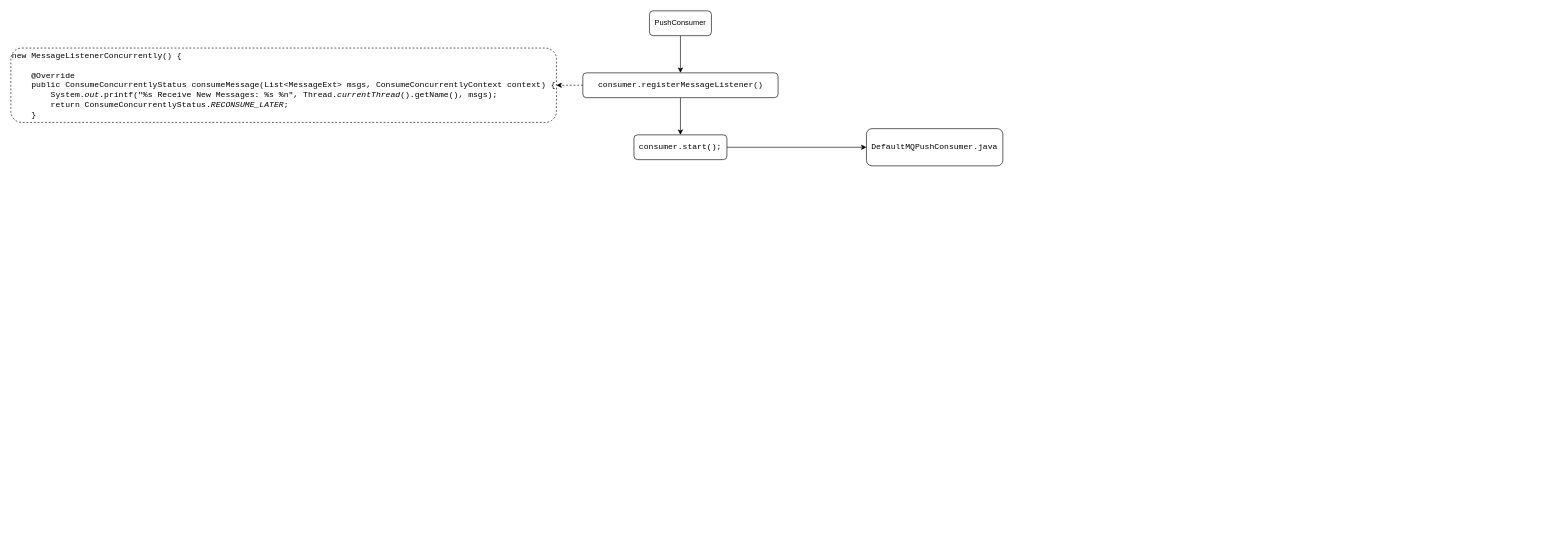
The draw.io diagram src/rocketmq-client 4.9.3.drawio in ice-YuLi/drawio_rep, before the edit. Source tidied: cells renumbered, new cells numbered last; positions are measured from the earlier drawing's top-left corner, leaving out a move shared by most shapes. Both pictures are drawn from the tidied source at 62%, with x=0, y=0 at pixel (11, 11).
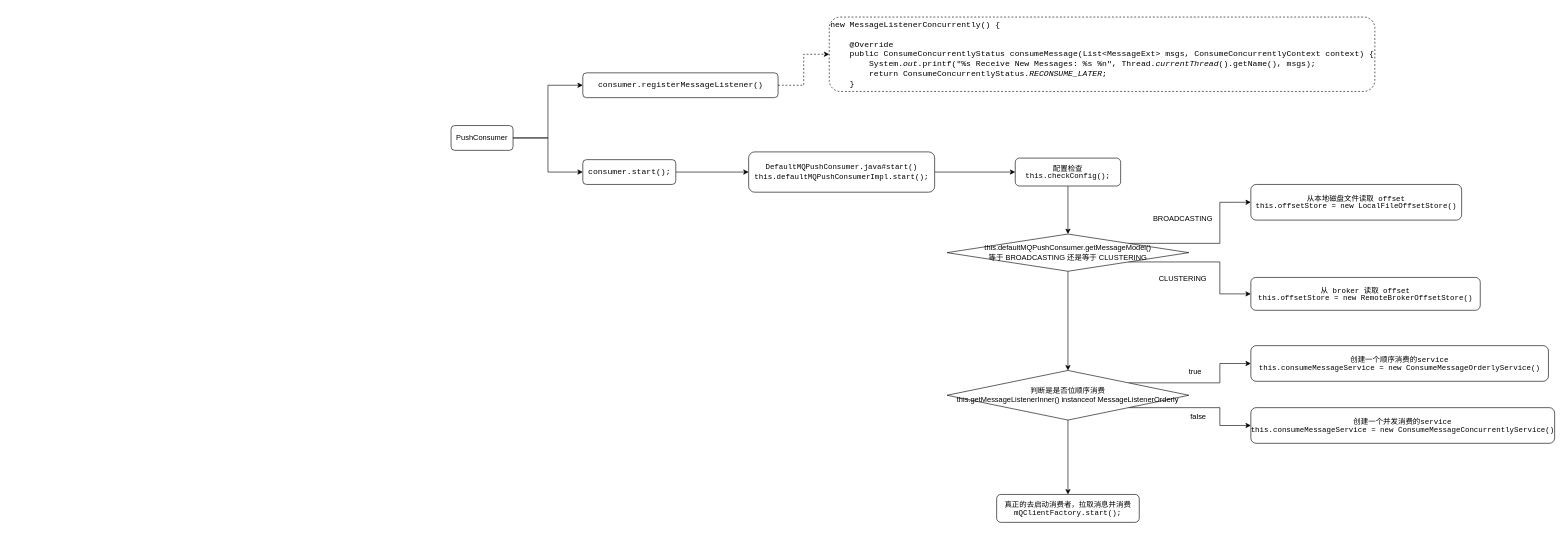
The same page after the edit.

The change refers to these unchanged cells:
```xml
<mxCell id="8" value="&lt;div style=&quot;font-family: &amp;quot;JetBrains Mono&amp;quot;, monospace; font-size: 9.8pt;&quot;&gt;&lt;pre&gt;consumer.registerMessageListener()&lt;/pre&gt;&lt;/div&gt;" style="rounded=1;whiteSpace=wrap;html=1;labelBackgroundColor=none;fontColor=#000000;" parent="1" vertex="1">
  <mxGeometry x="922.5" y="100" width="315" height="40" as="geometry" />
</mxCell>
```

Change to the diagram source:
```diff
@@
-    <mxCell id="2" style="edgeStyle=orthogonalEdgeStyle;rounded=0;jettySize=auto;html=1;exitX=0.5;exitY=1;exitDx=0;exitDy=0;entryX=0.5;entryY=0;entryDx=0;entryDy=0;" parent="1" edge="1" source="3" target="8">
+    <mxCell id="2" style="edgeStyle=orthogonalEdgeStyle;rounded=0;jettySize=auto;html=1;exitX=1;exitY=0.5;exitDx=0;exitDy=0;entryX=0;entryY=0.5;entryDx=0;entryDy=0;" parent="1" edge="1" source="3" target="8">
       <mxGeometry relative="1" as="geometry" />
     </mxCell>
+    <mxCell id="11" style="edgeStyle=orthogonalEdgeStyle;rounded=0;jettySize=auto;html=1;exitX=1;exitY=0.5;exitDx=0;exitDy=0;entryX=0;entryY=0.5;entryDx=0;entryDy=0;" parent="1" edge="1" source="3" target="5">
+      <mxGeometry relative="1" as="geometry" />
+    </mxCell>
     <mxCell id="3" value="PushConsumer" style="rounded=1;whiteSpace=wrap;html=1;labelBackgroundColor=none;fontColor=#000000;" parent="1" vertex="1">
-      <mxGeometry x="1030" width="100" height="40" as="geometry" />
+      <mxGeometry x="710" y="185" width="100" height="40" as="geometry" />
     </mxCell>
@@
     <mxCell id="5" value="&lt;div style=&quot;font-family: &amp;quot;JetBrains Mono&amp;quot;, monospace; font-size: 9.8pt;&quot;&gt;&lt;pre&gt;consumer.start();&lt;/pre&gt;&lt;/div&gt;" style="rounded=1;whiteSpace=wrap;html=1;labelBackgroundColor=none;fontColor=#000000;" parent="1" vertex="1">
-      <mxGeometry x="1005" y="200" width="150" height="40" as="geometry" />
+      <mxGeometry x="922.5" y="240" width="150" height="40" as="geometry" />
     </mxCell>
-    <mxCell id="6" style="edgeStyle=orthogonalEdgeStyle;rounded=0;jettySize=auto;html=1;exitX=0;exitY=0.5;exitDx=0;exitDy=0;entryX=1;entryY=0.5;entryDx=0;entryDy=0;labelBackgroundColor=none;fontColor=#000000;dashed=1;" parent="1" edge="1" source="8" target="9">
+    <mxCell id="6" style="edgeStyle=orthogonalEdgeStyle;rounded=0;jettySize=auto;html=1;exitX=1;exitY=0.5;exitDx=0;exitDy=0;labelBackgroundColor=none;fontColor=#000000;dashed=1;" parent="1" edge="1" source="8" target="9">
       <mxGeometry relative="1" as="geometry" />
     </mxCell>
-    <mxCell id="7" style="edgeStyle=orthogonalEdgeStyle;rounded=0;jettySize=auto;html=1;exitX=0.5;exitY=1;exitDx=0;exitDy=0;" parent="1" edge="1" source="8" target="5">
-      <mxGeometry relative="1" as="geometry" />
-    </mxCell>
@@
     <mxCell id="9" value="&lt;div style=&quot;font-family: &amp;quot;JetBrains Mono&amp;quot;, monospace; font-size: 9.8pt;&quot;&gt;&lt;pre&gt;new MessageListenerConcurrently() {&lt;br&gt;&lt;br&gt;    &lt;span style=&quot;&quot;&gt;@Override&lt;br&gt;&lt;/span&gt;&lt;span style=&quot;&quot;&gt;    &lt;/span&gt;&lt;span style=&quot;&quot;&gt;public &lt;/span&gt;ConsumeConcurrentlyStatus &lt;span style=&quot;&quot;&gt;consumeMessage&lt;/span&gt;(List&amp;lt;MessageExt&amp;gt; msgs&lt;span style=&quot;&quot;&gt;, &lt;/span&gt;ConsumeConcurrentlyContext context) {&lt;br&gt;        System.&lt;span style=&quot;font-style: italic;&quot;&gt;out&lt;/span&gt;.printf(&lt;span style=&quot;&quot;&gt;&quot;%s Receive New Messages: %s %n&quot;&lt;/span&gt;&lt;span style=&quot;&quot;&gt;, &lt;/span&gt;Thread.&lt;span style=&quot;font-style:italic;&quot;&gt;currentThread&lt;/span&gt;().getName()&lt;span style=&quot;&quot;&gt;, &lt;/span&gt;msgs)&lt;span style=&quot;&quot;&gt;;&lt;br&gt;&lt;/span&gt;&lt;span style=&quot;&quot;&gt;        return &lt;/span&gt;ConsumeConcurrentlyStatus.&lt;span style=&quot;font-style: italic;&quot;&gt;RECONSUME_LATER&lt;/span&gt;&lt;span style=&quot;&quot;&gt;;&lt;br&gt;&lt;/span&gt;&lt;span style=&quot;&quot;&gt;    &lt;/span&gt;}&lt;/pre&gt;&lt;/div&gt;" style="rounded=1;whiteSpace=wrap;html=1;align=left;labelBackgroundColor=none;fontColor=#000000;dashed=1;" parent="1" vertex="1">
-      <mxGeometry y="60" width="880" height="120" as="geometry" />
+      <mxGeometry x="1320" y="10" width="880" height="120" as="geometry" />
     </mxCell>
+    <mxCell id="12" style="edgeStyle=orthogonalEdgeStyle;rounded=0;jettySize=auto;html=1;exitX=1;exitY=0.5;exitDx=0;exitDy=0;" parent="1" edge="1" source="10" target="14">
+      <mxGeometry relative="1" as="geometry" />
+    </mxCell>
-    <mxCell id="10" value="&lt;div style=&quot;font-family: &amp;quot;JetBrains Mono&amp;quot;, monospace; font-size: 9.8pt;&quot;&gt;&lt;pre&gt;DefaultMQPushConsumer.java&lt;/pre&gt;&lt;/div&gt;" style="rounded=1;whiteSpace=wrap;html=1;labelBackgroundColor=none;fontColor=#000000;" parent="1" vertex="1">
-      <mxGeometry x="1380" y="190" width="220" height="60" as="geometry" />
+    <mxCell id="10" value="&lt;div style=&quot;&quot;&gt;&lt;pre style=&quot;&quot;&gt;&lt;font face=&quot;JetBrains Mono, monospace&quot;&gt;DefaultMQPushConsumer.java#start()&lt;br/&gt;this.defaultMQPushConsumerImpl.start();&lt;span style=&quot;font-size: 9.8pt;&quot;&gt;&lt;br&gt;&lt;/span&gt;&lt;/font&gt;&lt;/pre&gt;&lt;/div&gt;" style="rounded=1;whiteSpace=wrap;html=1;labelBackgroundColor=none;fontColor=#000000;" parent="1" vertex="1">
+      <mxGeometry x="1190" y="227.5" width="300" height="65" as="geometry" />
     </mxCell>
+    <mxCell id="13" style="edgeStyle=orthogonalEdgeStyle;rounded=0;jettySize=auto;html=1;exitX=0.5;exitY=1;exitDx=0;exitDy=0;" parent="1" edge="1" source="14" target="18">
+      <mxGeometry relative="1" as="geometry" />
+    </mxCell>
+    <mxCell id="14" value="&lt;div style=&quot;line-height: 100%;&quot;&gt;&lt;pre style=&quot;line-height: 100%;&quot;&gt;&lt;font face=&quot;JetBrains Mono, monospace&quot;&gt;配置检查&lt;br/&gt;this.checkConfig();&lt;/font&gt;&lt;br&gt;&lt;/pre&gt;&lt;/div&gt;" style="rounded=1;whiteSpace=wrap;html=1;labelBackgroundColor=none;fontColor=#000000;" parent="1" vertex="1">
+      <mxGeometry x="1620" y="237.5" width="170" height="45" as="geometry" />
+    </mxCell>
+    <mxCell id="15" style="edgeStyle=orthogonalEdgeStyle;rounded=0;jettySize=auto;html=1;exitX=1;exitY=0;exitDx=0;exitDy=0;entryX=0;entryY=0.5;entryDx=0;entryDy=0;" parent="1" edge="1" source="18" target="19">
+      <mxGeometry relative="1" as="geometry" />
+    </mxCell>
+    <mxCell id="16" style="edgeStyle=orthogonalEdgeStyle;rounded=0;jettySize=auto;html=1;exitX=1;exitY=1;exitDx=0;exitDy=0;entryX=0;entryY=0.5;entryDx=0;entryDy=0;" parent="1" edge="1" source="18" target="21">
+      <mxGeometry relative="1" as="geometry" />
+    </mxCell>
+    <mxCell id="17" style="edgeStyle=orthogonalEdgeStyle;rounded=0;jettySize=auto;html=1;exitX=0.5;exitY=1;exitDx=0;exitDy=0;entryX=0.5;entryY=0;entryDx=0;entryDy=0;" parent="1" edge="1" source="18" target="26">
+      <mxGeometry relative="1" as="geometry" />
+    </mxCell>
+    <mxCell id="18" value="&lt;div&gt;this.defaultMQPushConsumer.getMessageModel()&lt;/div&gt;&lt;div&gt;等于 BROADCASTING 还是等于 CLUSTERING&lt;/div&gt;" style="rhombus;whiteSpace=wrap;html=1;" parent="1" vertex="1">
+      <mxGeometry x="1510" y="360" width="390" height="60" as="geometry" />
+    </mxCell>
+    <mxCell id="19" value="&lt;div style=&quot;line-height: 100%;&quot;&gt;&lt;pre style=&quot;line-height: 100%;&quot;&gt;&lt;pre style=&quot;line-height: 100%;&quot;&gt;从本地磁盘文件读取 offset&lt;br&gt;this.offsetStore = new LocalFileOffsetStore()&lt;br&gt;&lt;/pre&gt;&lt;/pre&gt;&lt;/div&gt;" style="rounded=1;whiteSpace=wrap;html=1;labelBackgroundColor=none;fontColor=#000000;" parent="1" vertex="1">
+      <mxGeometry x="2000" y="280" width="340" height="57.5" as="geometry" />
+    </mxCell>
+    <mxCell id="20" value="BROADCASTING" style="text;html=1;align=center;verticalAlign=middle;strokeColor=none;fillColor=none;" parent="1" vertex="1">
+      <mxGeometry x="1830" y="320" width="120" height="30" as="geometry" />
+    </mxCell>
+    <mxCell id="21" value="&lt;div style=&quot;line-height: 100%;&quot;&gt;&lt;pre style=&quot;line-height: 100%;&quot;&gt;从 broker 读取 offset&lt;br&gt;this.offsetStore = new RemoteBrokerOffsetStore()&lt;br&gt;&lt;/pre&gt;&lt;/div&gt;" style="rounded=1;whiteSpace=wrap;html=1;labelBackgroundColor=none;fontColor=#000000;" parent="1" vertex="1">
+      <mxGeometry x="2000" y="430" width="370" height="53" as="geometry" />
+    </mxCell>
+    <mxCell id="22" value="CLUSTERING" style="text;html=1;align=center;verticalAlign=middle;strokeColor=none;fillColor=none;" parent="1" vertex="1">
+      <mxGeometry x="1840" y="418" width="100" height="30" as="geometry" />
+    </mxCell>
+    <mxCell id="23" style="edgeStyle=orthogonalEdgeStyle;rounded=0;jettySize=auto;html=1;exitX=1;exitY=0;exitDx=0;exitDy=0;" parent="1" edge="1" source="26" target="27">
+      <mxGeometry relative="1" as="geometry" />
+    </mxCell>
+    <mxCell id="24" style="edgeStyle=orthogonalEdgeStyle;rounded=0;jettySize=auto;html=1;exitX=1;exitY=1;exitDx=0;exitDy=0;entryX=0;entryY=0.5;entryDx=0;entryDy=0;" parent="1" edge="1" source="26" target="28">
+      <mxGeometry relative="1" as="geometry" />
+    </mxCell>
+    <mxCell id="25" style="edgeStyle=orthogonalEdgeStyle;rounded=0;jettySize=auto;html=1;exitX=0.5;exitY=1;exitDx=0;exitDy=0;" parent="1" edge="1" source="26" target="31">
+      <mxGeometry relative="1" as="geometry" />
+    </mxCell>
+    <mxCell id="26" value="判断是是否位顺序消费&lt;br&gt;this.getMessageListenerInner() instanceof MessageListenerOrderly" style="rhombus;whiteSpace=wrap;html=1;" parent="1" vertex="1">
+      <mxGeometry x="1510" y="580" width="390" height="80" as="geometry" />
+    </mxCell>
+    <mxCell id="27" value="&lt;div style=&quot;line-height: 100%;&quot;&gt;&lt;pre style=&quot;line-height: 100%;&quot;&gt;&lt;pre style=&quot;line-height: 100%;&quot;&gt;创建一个顺序消费的service&lt;br/&gt;this.consumeMessageService = new ConsumeMessageOrderlyService()&lt;br&gt;&lt;/pre&gt;&lt;/pre&gt;&lt;/div&gt;" style="rounded=1;whiteSpace=wrap;html=1;labelBackgroundColor=none;fontColor=#000000;" parent="1" vertex="1">
+      <mxGeometry x="2000" y="540" width="480" height="57.5" as="geometry" />
+    </mxCell>
+    <mxCell id="28" value="&lt;div style=&quot;line-height: 100%;&quot;&gt;&lt;pre style=&quot;line-height: 100%;&quot;&gt;&lt;pre style=&quot;line-height: 100%;&quot;&gt;创建一个并发消费的service&lt;br/&gt;this.consumeMessageService = new ConsumeMessageConcurrentlyService()&lt;br&gt;&lt;/pre&gt;&lt;/pre&gt;&lt;/div&gt;" style="rounded=1;whiteSpace=wrap;html=1;labelBackgroundColor=none;fontColor=#000000;" parent="1" vertex="1">
+      <mxGeometry x="2000" y="640" width="490" height="57.5" as="geometry" />
+    </mxCell>
+    <mxCell id="29" value="true" style="text;html=1;align=center;verticalAlign=middle;strokeColor=none;fillColor=none;" parent="1" vertex="1">
+      <mxGeometry x="1890" y="568" width="40" height="30" as="geometry" />
+    </mxCell>
+    <mxCell id="30" value="false" style="text;html=1;align=center;verticalAlign=middle;strokeColor=none;fillColor=none;" parent="1" vertex="1">
+      <mxGeometry x="1890" y="640" width="50" height="30" as="geometry" />
+    </mxCell>
+    <mxCell id="31" value="&lt;div style=&quot;line-height: 100%;&quot;&gt;&lt;pre style=&quot;line-height: 100%;&quot;&gt;&lt;font face=&quot;JetBrains Mono, monospace&quot;&gt;真正的去启动消费者，拉取消息并消费&lt;br/&gt;mQClientFactory.start();&lt;/font&gt;&lt;br&gt;&lt;/pre&gt;&lt;/div&gt;" style="rounded=1;whiteSpace=wrap;html=1;labelBackgroundColor=none;fontColor=#000000;" parent="1" vertex="1">
+      <mxGeometry x="1590" y="780" width="230" height="45" as="geometry" />
+    </mxCell>
```
